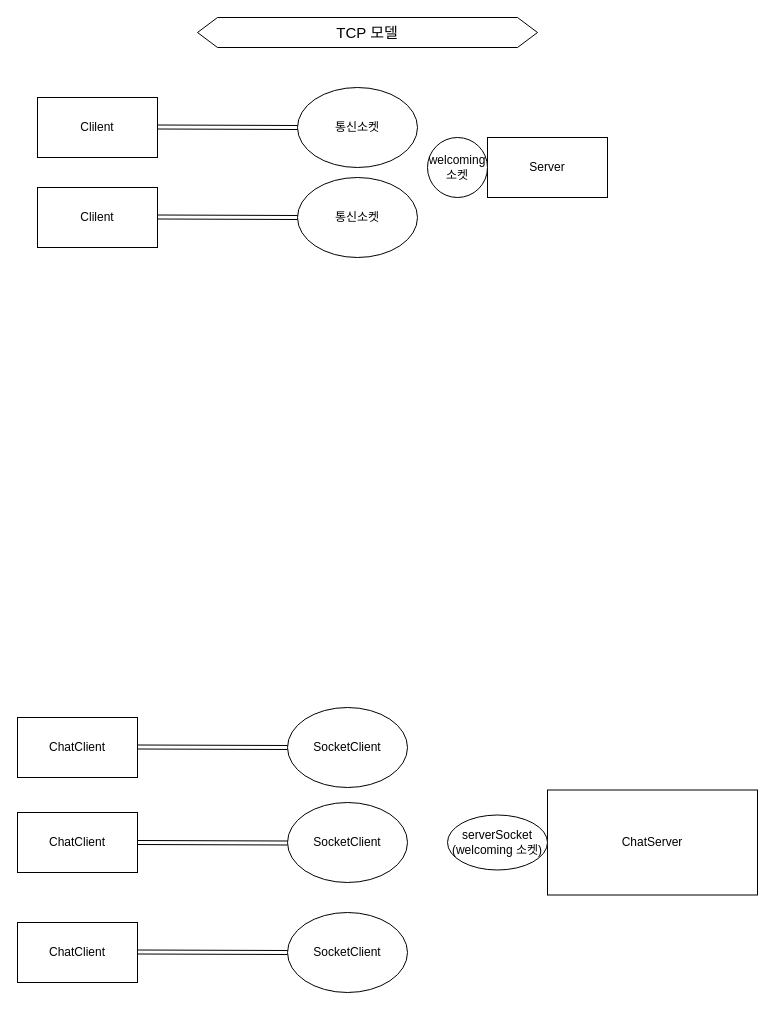
deliciousdev/mark-down-sample keeps this draw.io diagram as 제목 없는 다이어그램.drawio. Above is the earlier version. Source tidied: cells renumbered, new cells numbered last; positions are measured from the earlier drawing's top-left corner, leaving out a move shared by most shapes. Both pictures are drawn from the tidied source at 100%, with x=0, y=0 at pixel (17, 17).
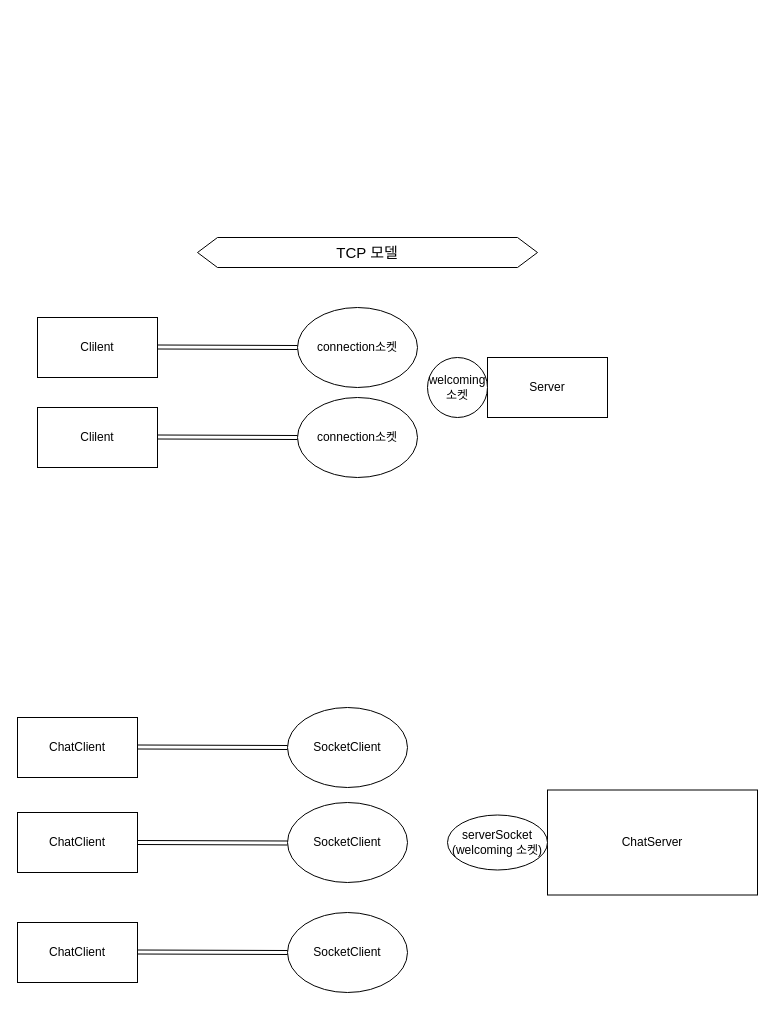
After the change.

Commit message (it also covers changes not shown here):
제목 없는 다이어그램.drawio 업데이트

The edit, as a diff of the source:
```diff
@@
     <mxCell id="2" value="Server" style="rounded=0;whiteSpace=wrap;html=1;" parent="1" vertex="1">
-      <mxGeometry x="470" y="120" width="120" height="60" as="geometry" />
+      <mxGeometry x="470" y="340" width="120" height="60" as="geometry" />
     </mxCell>
     <mxCell id="3" value="Clilent" style="rounded=0;whiteSpace=wrap;html=1;" parent="1" vertex="1">
-      <mxGeometry x="20" y="80" width="120" height="60" as="geometry" />
+      <mxGeometry x="20" y="300" width="120" height="60" as="geometry" />
     </mxCell>
     <mxCell id="4" value="Clilent" style="rounded=0;whiteSpace=wrap;html=1;" parent="1" vertex="1">
-      <mxGeometry x="20" y="170" width="120" height="60" as="geometry" />
+      <mxGeometry x="20" y="390" width="120" height="60" as="geometry" />
     </mxCell>
     <mxCell id="5" value="welcoming&lt;br&gt;소켓" style="ellipse;whiteSpace=wrap;html=1;" parent="1" vertex="1">
-      <mxGeometry x="410" y="120" width="60" height="60" as="geometry" />
+      <mxGeometry x="410" y="340" width="60" height="60" as="geometry" />
     </mxCell>
-    <mxCell id="6" value="통신소켓" style="ellipse;whiteSpace=wrap;html=1;" parent="1" vertex="1">
-      <mxGeometry x="280" y="70" width="120" height="80" as="geometry" />
+    <mxCell id="6" value="connection소켓" style="ellipse;whiteSpace=wrap;html=1;" parent="1" vertex="1">
+      <mxGeometry x="280" y="290" width="120" height="80" as="geometry" />
     </mxCell>
-    <mxCell id="7" value="통신소켓" style="ellipse;whiteSpace=wrap;html=1;" parent="1" vertex="1">
-      <mxGeometry x="280" y="160" width="120" height="80" as="geometry" />
+    <mxCell id="7" value="connection소켓" style="ellipse;whiteSpace=wrap;html=1;" parent="1" vertex="1">
+      <mxGeometry x="280" y="380" width="120" height="80" as="geometry" />
     </mxCell>
     <mxCell id="8" style="shape=link;html=1;rounded=0;" parent="1" edge="1" target="6">
       <mxGeometry relative="1" as="geometry">
-        <mxPoint x="140" y="109.5" as="sourcePoint" />
+        <mxPoint x="140" y="329.5" as="sourcePoint" />
       </mxGeometry>
     </mxCell>
     <mxCell id="9" style="shape=link;html=1;rounded=0;" parent="1" edge="1">
       <mxGeometry relative="1" as="geometry">
-        <mxPoint x="140" y="199.5" as="sourcePoint" />
-        <mxPoint x="280" y="200" as="targetPoint" />
+        <mxPoint x="140" y="419.5" as="sourcePoint" />
+        <mxPoint x="280" y="420" as="targetPoint" />
       </mxGeometry>
     </mxCell>
@@
     <mxCell id="21" value="&lt;font style=&quot;font-size: 15px;&quot;&gt;TCP 모델&lt;/font&gt;" style="shape=hexagon;perimeter=hexagonPerimeter2;whiteSpace=wrap;html=1;fixedSize=1;" parent="1" vertex="1">
-      <mxGeometry x="180" width="340" height="30" as="geometry" />
+      <mxGeometry x="180" y="220" width="340" height="30" as="geometry" />
     </mxCell>
```
